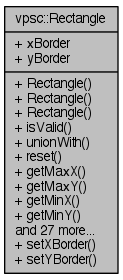
Before: documentation/classvpsc_1_1Rectangle__coll__graph.png, a diagram exported from Graphviz (mjwybrow/adaptagrams). Its source is kept beside it as documentation/classvpsc_1_1Rectangle__coll__graph.dot.
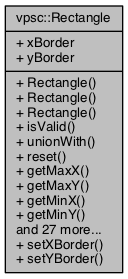
After the change.

Diff of the diagram source:
```diff
@@ -2,5 +2,5 @@
 {
   edge [fontname="Helvetica",fontsize="10",labelfontname="Helvetica",labelfontsize="10"];
   node [fontname="Helvetica",fontsize="10",shape=record];
-  Node1 [label="{vpsc::Rectangle\n|+ xBorder\l+ yBorder\l|+ Rectangle()\l+ Rectangle()\l+ Rectangle()\l+ isValid()\l+ unionWith()\l+ reset()\l+ getMaxX()\l+ getMaxY()\l+ getMinX()\l+ getMinY()\land 27 more...\l+ setXBorder()\l+ setYBorder()\l}",height=0.2,width=0.4,color="black", fillcolor="grey75", style="filled" fontcolor="black"];
+  Node1 [label="{vpsc::Rectangle\n|+ xBorder\l+ yBorder\l|+ Rectangle()\l+ Rectangle()\l+ Rectangle()\l+ isValid()\l+ unionWith()\l+ reset()\l+ getMaxX()\l+ getMaxY()\l+ getMinX()\l+ getMinY()\land 27 more...\l+ setXBorder()\l+ setYBorder()\l}",height=0.2,width=0.4,color="black", fillcolor="grey75", style="filled", fontcolor="black"];
 }
```
